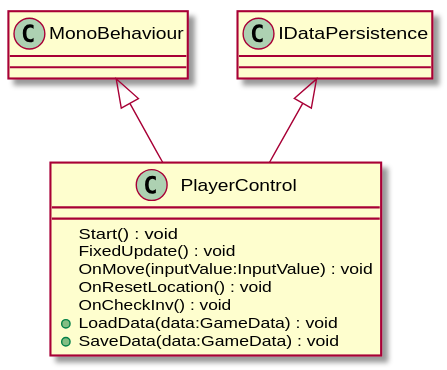
The PlantUML diagram UML/MallowMystery/Assets/Scripts/PlayerControl.svg in robinsuurs/Mallow_Mysterie, before a commit.
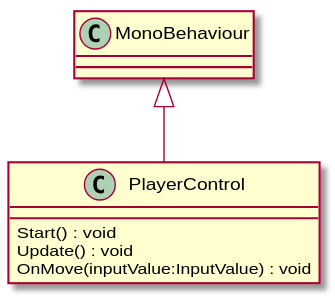
After the commit.

Diff of the diagram source:
```diff
@@ -1,13 +1,8 @@
 @startuml
 class PlayerControl {
     Start() : void
-    FixedUpdate() : void
+    Update() : void
     OnMove(inputValue:InputValue) : void
-    OnResetLocation() : void
-    OnCheckInv() : void
-    + LoadData(data:GameData) : void
-    + SaveData(data:GameData) : void
 }
 MonoBehaviour <|-- PlayerControl
-IDataPersistence <|-- PlayerControl
 @enduml
```
